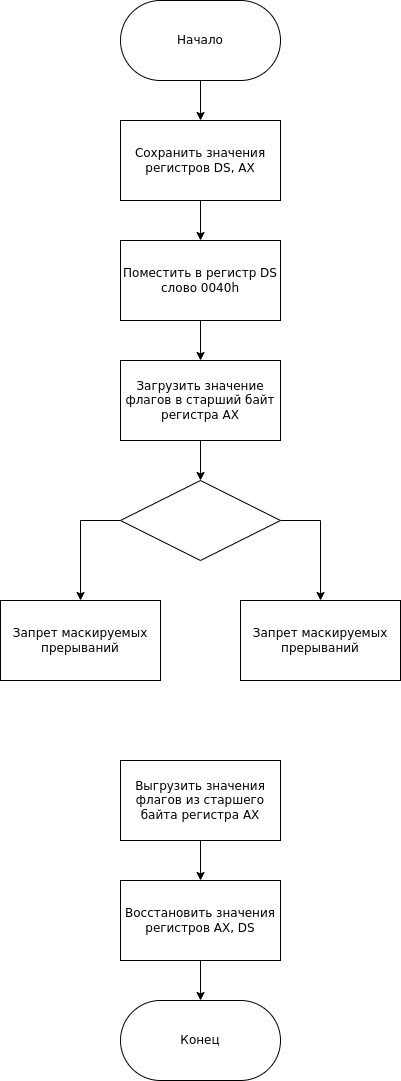
spkirich/bmstu-os keeps this draw.io diagram as lab-01/img/fig-02.png. Above is the earlier version. Source tidied: cells renumbered, new cells last; positions are measured from the earlier drawing's top-left corner, leaving out a move shared by most shapes. Source of this version:
```xml
<mxGraphModel>
  <root>
    <mxCell id="0" />
    <mxCell id="1" parent="0" />
    <mxCell id="2" value="Сохранить значения регистров DS, AX" style="rounded=0;whiteSpace=wrap;html=1;" parent="1" vertex="1">
      <mxGeometry x="120" y="120" width="160" height="80" as="geometry" />
    </mxCell>
    <mxCell id="3" value="Начало" style="rounded=1;whiteSpace=wrap;html=1;arcSize=50;" parent="1" vertex="1">
      <mxGeometry x="120" width="160" height="80" as="geometry" />
    </mxCell>
    <mxCell id="4" style="edgeStyle=none;html=1;exitX=0.5;exitY=1;exitDx=0;exitDy=0;entryX=0.5;entryY=0;entryDx=0;entryDy=0;" parent="1" edge="1" source="5" target="7">
      <mxGeometry relative="1" as="geometry" />
    </mxCell>
    <mxCell id="5" value="Поместить в регистр DS слово 0040h" style="rounded=0;whiteSpace=wrap;html=1;" parent="1" vertex="1">
      <mxGeometry x="120" y="240" width="160" height="80" as="geometry" />
    </mxCell>
    <mxCell id="6" style="edgeStyle=orthogonalEdgeStyle;rounded=0;html=1;exitX=0.5;exitY=1;exitDx=0;exitDy=0;entryX=0.5;entryY=0;entryDx=0;entryDy=0;" parent="1" edge="1" source="7" target="10">
      <mxGeometry relative="1" as="geometry" />
    </mxCell>
    <mxCell id="7" value="Загрузить значение флагов в старший байт регистра AX" style="rounded=0;whiteSpace=wrap;html=1;" parent="1" vertex="1">
      <mxGeometry x="120" y="360" width="160" height="80" as="geometry" />
    </mxCell>
    <mxCell id="8" style="edgeStyle=orthogonalEdgeStyle;rounded=0;html=1;exitX=0;exitY=0.5;exitDx=0;exitDy=0;entryX=0.5;entryY=0;entryDx=0;entryDy=0;" parent="1" edge="1" source="10" target="11">
      <mxGeometry relative="1" as="geometry" />
    </mxCell>
    <mxCell id="9" style="edgeStyle=orthogonalEdgeStyle;rounded=0;html=1;exitX=1;exitY=0.5;exitDx=0;exitDy=0;entryX=0.5;entryY=0;entryDx=0;entryDy=0;" parent="1" edge="1" source="10" target="12">
      <mxGeometry relative="1" as="geometry" />
    </mxCell>
    <mxCell id="10" style="rhombus;whiteSpace=wrap;html=1;" parent="1" vertex="1">
      <mxGeometry x="120" y="480" width="160" height="80" as="geometry" />
    </mxCell>
    <mxCell id="11" value="Запрет маскируемых прерываний" style="rounded=0;whiteSpace=wrap;html=1;" parent="1" vertex="1">
      <mxGeometry y="600" width="160" height="80" as="geometry" />
    </mxCell>
    <mxCell id="12" value="Запрет маскируемых прерываний" style="rounded=0;whiteSpace=wrap;html=1;" parent="1" vertex="1">
      <mxGeometry x="240" y="600" width="160" height="80" as="geometry" />
    </mxCell>
    <mxCell id="13" style="edgeStyle=none;html=1;exitX=0.5;exitY=1;exitDx=0;exitDy=0;" parent="1" edge="1" source="14" target="18">
      <mxGeometry relative="1" as="geometry" />
    </mxCell>
    <mxCell id="14" value="Выгрузить значения флагов из старшего байта регистра AX" style="rounded=0;whiteSpace=wrap;html=1;" parent="1" vertex="1">
      <mxGeometry x="120" y="760" width="160" height="80" as="geometry" />
    </mxCell>
    <mxCell id="15" style="endArrow=classic;html=1;exitX=0.5;exitY=1;exitDx=0;exitDy=0;entryX=0.5;entryY=0;entryDx=0;entryDy=0;" parent="1" edge="1" source="3" target="2">
      <mxGeometry relative="1" as="geometry" />
    </mxCell>
    <mxCell id="16" style="endArrow=classic;html=1;exitX=0.5;exitY=1;exitDx=0;exitDy=0;entryX=0.5;entryY=0;entryDx=0;entryDy=0;" parent="1" edge="1" source="2" target="5">
      <mxGeometry relative="1" as="geometry" />
    </mxCell>
    <mxCell id="17" style="edgeStyle=orthogonalEdgeStyle;rounded=0;html=1;exitX=0.5;exitY=1;exitDx=0;exitDy=0;entryX=0.5;entryY=0;entryDx=0;entryDy=0;" parent="1" edge="1" source="18" target="19">
      <mxGeometry relative="1" as="geometry" />
    </mxCell>
    <mxCell id="18" value="Восстановить значения регистров AX, DS" style="rounded=0;whiteSpace=wrap;html=1;" parent="1" vertex="1">
      <mxGeometry x="120" y="880" width="160" height="80" as="geometry" />
    </mxCell>
    <mxCell id="19" value="Конец" style="rounded=1;whiteSpace=wrap;html=1;arcSize=50;" parent="1" vertex="1">
      <mxGeometry x="120" y="1000" width="160" height="80" as="geometry" />
    </mxCell>
  </root>
</mxGraphModel>
```
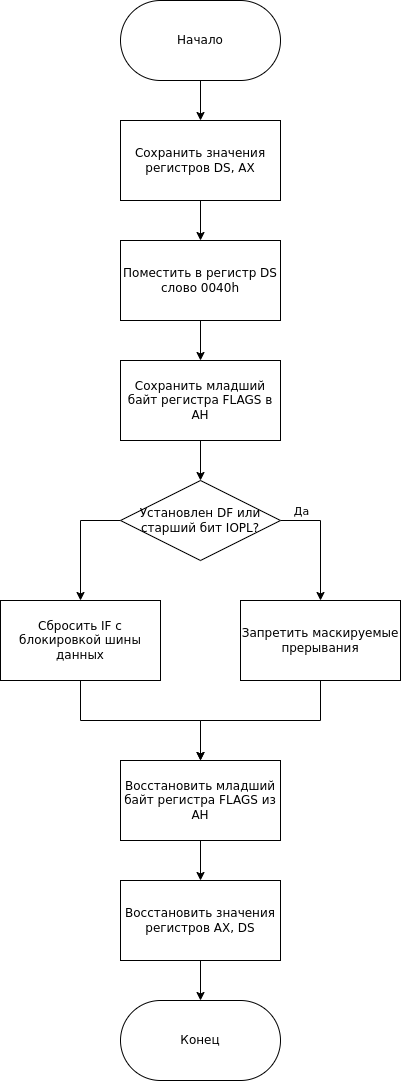
Later version of the same file.

Commit message:
Clean up figure 2

What changed in the source:
```diff
@@ -17,7 +17,7 @@
     <mxCell id="6" style="edgeStyle=orthogonalEdgeStyle;rounded=0;html=1;exitX=0.5;exitY=1;exitDx=0;exitDy=0;entryX=0.5;entryY=0;entryDx=0;entryDy=0;" parent="1" edge="1" source="7" target="10">
       <mxGeometry relative="1" as="geometry" />
     </mxCell>
-    <mxCell id="7" value="Загрузить значение флагов в старший байт регистра AX" style="rounded=0;whiteSpace=wrap;html=1;" parent="1" vertex="1">
+    <mxCell id="7" value="Сохранить младший байт регистра FLAGS в AH" style="rounded=0;whiteSpace=wrap;html=1;" parent="1" vertex="1">
       <mxGeometry x="120" y="360" width="160" height="80" as="geometry" />
     </mxCell>
     <mxCell id="8" style="edgeStyle=orthogonalEdgeStyle;rounded=0;html=1;exitX=0;exitY=0.5;exitDx=0;exitDy=0;entryX=0.5;entryY=0;entryDx=0;entryDy=0;" parent="1" edge="1" source="10" target="11">
@@ -26,19 +26,30 @@
     <mxCell id="9" style="edgeStyle=orthogonalEdgeStyle;rounded=0;html=1;exitX=1;exitY=0.5;exitDx=0;exitDy=0;entryX=0.5;entryY=0;entryDx=0;entryDy=0;" parent="1" edge="1" source="10" target="12">
       <mxGeometry relative="1" as="geometry" />
     </mxCell>
+    <mxCell id="20" value="Да" style="edgeLabel;html=1;align=center;verticalAlign=middle;" parent="9" vertex="1">
+      <mxGeometry x="-0.4" y="1" relative="1" as="geometry">
+        <mxPoint x="-16" y="-9" as="offset" />
+      </mxGeometry>
+    </mxCell>
-    <mxCell id="10" style="rhombus;whiteSpace=wrap;html=1;" parent="1" vertex="1">
+    <mxCell id="10" value="Установлен DF или старший бит IOPL?" style="rhombus;whiteSpace=wrap;html=1;" parent="1" vertex="1">
       <mxGeometry x="120" y="480" width="160" height="80" as="geometry" />
     </mxCell>
+    <mxCell id="21" style="edgeStyle=orthogonalEdgeStyle;rounded=0;html=1;exitX=0.5;exitY=1;exitDx=0;exitDy=0;" parent="1" edge="1" source="11" target="14">
+      <mxGeometry relative="1" as="geometry" />
+    </mxCell>
-    <mxCell id="11" value="Запрет маскируемых прерываний" style="rounded=0;whiteSpace=wrap;html=1;" parent="1" vertex="1">
+    <mxCell id="11" value="Сбросить IF с блокировкой шины данных" style="rounded=0;whiteSpace=wrap;html=1;" parent="1" vertex="1">
       <mxGeometry y="600" width="160" height="80" as="geometry" />
     </mxCell>
+    <mxCell id="22" style="edgeStyle=orthogonalEdgeStyle;html=1;exitX=0.5;exitY=1;exitDx=0;exitDy=0;rounded=0;" parent="1" edge="1" source="12" target="14">
+      <mxGeometry relative="1" as="geometry" />
+    </mxCell>
-    <mxCell id="12" value="Запрет маскируемых прерываний" style="rounded=0;whiteSpace=wrap;html=1;" parent="1" vertex="1">
+    <mxCell id="12" value="Запретить маскируемые прерывания" style="rounded=0;whiteSpace=wrap;html=1;" parent="1" vertex="1">
       <mxGeometry x="240" y="600" width="160" height="80" as="geometry" />
     </mxCell>
     <mxCell id="13" style="edgeStyle=none;html=1;exitX=0.5;exitY=1;exitDx=0;exitDy=0;" parent="1" edge="1" source="14" target="18">
       <mxGeometry relative="1" as="geometry" />
     </mxCell>
-    <mxCell id="14" value="Выгрузить значения флагов из старшего байта регистра AX" style="rounded=0;whiteSpace=wrap;html=1;" parent="1" vertex="1">
+    <mxCell id="14" value="Восстановить младший байт регистра FLAGS из AH" style="rounded=0;whiteSpace=wrap;html=1;" parent="1" vertex="1">
       <mxGeometry x="120" y="760" width="160" height="80" as="geometry" />
     </mxCell>
     <mxCell id="15" style="endArrow=classic;html=1;exitX=0.5;exitY=1;exitDx=0;exitDy=0;entryX=0.5;entryY=0;entryDx=0;entryDy=0;" parent="1" edge="1" source="3" target="2">
```
